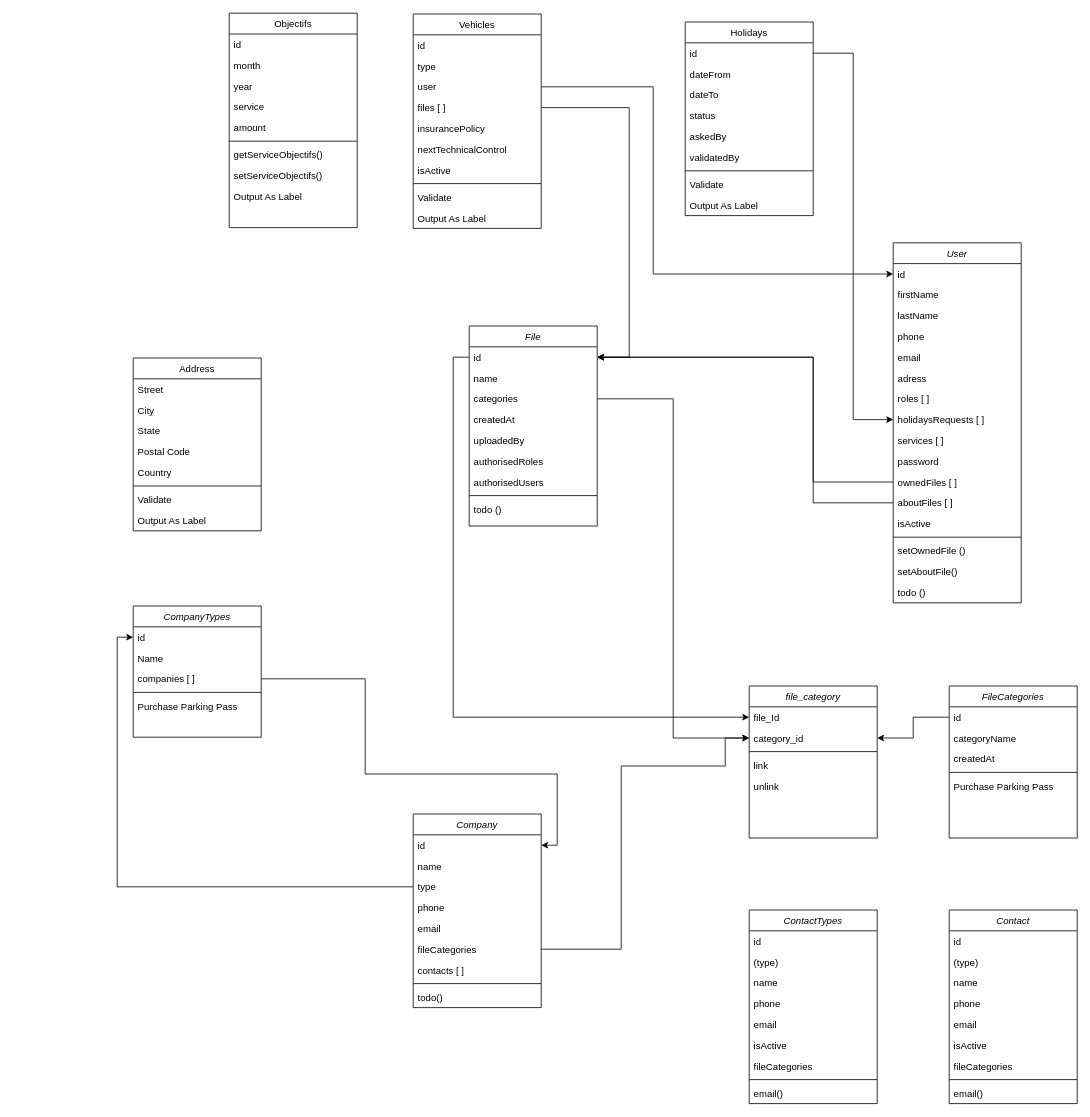
Above: assets/database_reference.drawio in ohugonnot/symfony-velzon-api (draw.io), before the change. Source tidied: cells renumbered, new cells numbered last; positions are measured from the earlier drawing's top-left corner, leaving out a move shared by most shapes. Both pictures are drawn from the tidied source at 80%, with x=0, y=0 at pixel (133, 13).
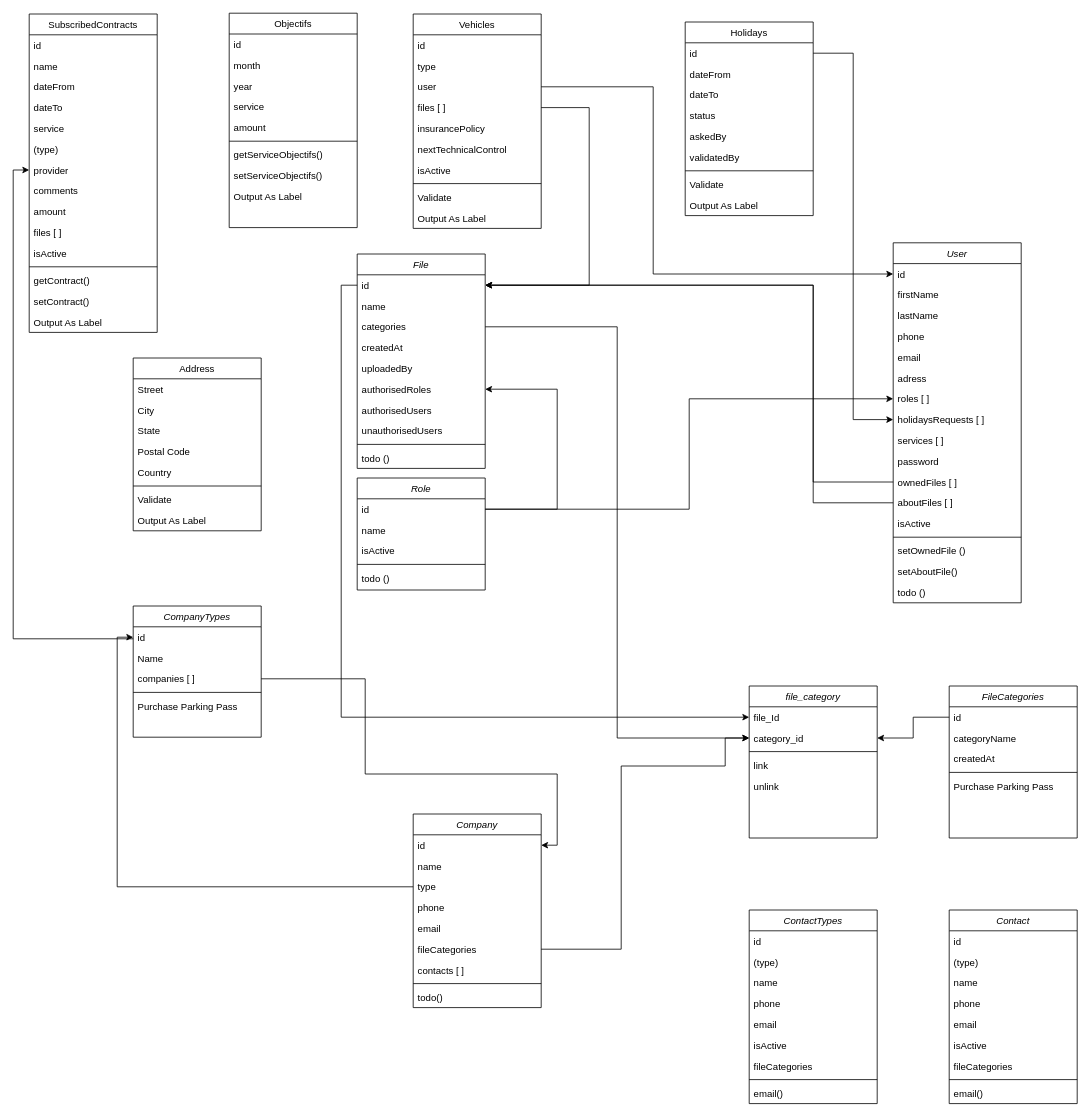
Above is the later version.

Commit message (it also covers changes not shown here):
Mettre à jour database_reference.drawio

The change refers to these unchanged cells:
```xml
<mxCell id="9" value="roles [ ]" style="text;align=left;verticalAlign=top;spacingLeft=4;spacingRight=4;overflow=hidden;points=[[0,0.5],[1,0.5]];portConstraint=eastwest;rounded=0;shadow=0;html=0;" parent="2" vertex="1">
  <mxGeometry y="182" width="160" height="26" as="geometry" />
</mxCell>
<mxCell id="13" value="ownedFiles [ ]" style="text;align=left;verticalAlign=top;spacingLeft=4;spacingRight=4;overflow=hidden;points=[[0,0.5],[1,0.5]];portConstraint=eastwest;rounded=0;shadow=0;html=0;" parent="2" vertex="1">
  <mxGeometry y="286" width="160" height="26" as="geometry" />
</mxCell>
<mxCell id="14" value="aboutFiles [ ]" style="text;align=left;verticalAlign=top;spacingLeft=4;spacingRight=4;overflow=hidden;points=[[0,0.5],[1,0.5]];portConstraint=eastwest;rounded=0;shadow=0;html=0;" parent="2" vertex="1">
  <mxGeometry y="312" width="160" height="26" as="geometry" />
</mxCell>
<mxCell id="49" value="CompanyTypes" style="swimlane;fontStyle=2;align=center;verticalAlign=top;horizontal=1;startSize=26;rounded=0;shadow=0;strokeWidth=1;" parent="1" vertex="1">
  <mxGeometry y="741" width="160" height="164" as="geometry" />
</mxCell>
<mxCell id="56" value="id" style="text;align=left;verticalAlign=top;spacingLeft=4;spacingRight=4;overflow=hidden;points=[[0,0.5],[1,0.5]];portConstraint=eastwest;" parent="55" vertex="1">
  <mxGeometry y="26" width="160" height="26" as="geometry" />
</mxCell>
<mxCell id="61" value="authorisedRoles" style="text;align=left;verticalAlign=top;spacingLeft=4;spacingRight=4;overflow=hidden;points=[[0,0.5],[1,0.5]];portConstraint=eastwest;rounded=0;shadow=0;html=0;" parent="55" vertex="1">
  <mxGeometry y="156" width="160" height="26" as="geometry" />
</mxCell>
<mxCell id="99" value="files [ ]" style="text;align=left;verticalAlign=top;spacingLeft=4;spacingRight=4;overflow=hidden;points=[[0,0.5],[1,0.5]];portConstraint=eastwest;rounded=0;shadow=0;html=0;" parent="95" vertex="1">
  <mxGeometry y="104" width="160" height="26" as="geometry" />
</mxCell>
```

What changed in the source:
```diff
@@
+    <mxCell id="129" style="edgeStyle=orthogonalEdgeStyle;rounded=0;jettySize=auto;html=1;exitX=0;exitY=0.25;exitDx=0;exitDy=0;entryX=0;entryY=0.5;entryDx=0;entryDy=0;" parent="1" edge="1" source="49" target="138">
+      <mxGeometry relative="1" as="geometry" />
+    </mxCell>
@@
     <mxCell id="55" value="File" style="swimlane;fontStyle=2;align=center;verticalAlign=top;horizontal=1;startSize=26;rounded=0;shadow=0;strokeWidth=1;" parent="1" vertex="1">
-      <mxGeometry x="420" y="391" width="160" height="250" as="geometry" />
+      <mxGeometry x="280" y="301" width="160" height="268" as="geometry" />
     </mxCell>
@@
+    <mxCell id="130" value="unauthorisedUsers" style="text;align=left;verticalAlign=top;spacingLeft=4;spacingRight=4;overflow=hidden;rounded=0;shadow=0;html=0;" parent="55" vertex="1">
+      <mxGeometry y="208" width="160" height="26" as="geometry" />
+    </mxCell>
     <mxCell id="63" style="line;html=1;strokeWidth=1;align=left;verticalAlign=middle;spacingTop=-1;spacingLeft=3;spacingRight=3;labelPosition=right;" parent="55" vertex="1">
-      <mxGeometry y="208" width="160" height="8" as="geometry" />
+      <mxGeometry y="234" width="160" height="8" as="geometry" />
     </mxCell>
     <mxCell id="64" value="todo ()" style="text;align=left;verticalAlign=top;spacingLeft=4;spacingRight=4;overflow=hidden;" parent="55" vertex="1">
-      <mxGeometry y="216" width="160" height="26" as="geometry" />
+      <mxGeometry y="242" width="160" height="26" as="geometry" />
     </mxCell>
@@
-    <mxCell id="77" style="edgeStyle=orthogonalEdgeStyle;rounded=0;jettySize=auto;html=1;" parent="1" edge="1" source="13" target="56">
+    <mxCell id="77" style="edgeStyle=orthogonalEdgeStyle;rounded=0;jettySize=auto;html=1;entryX=1;entryY=0.5;entryDx=0;entryDy=0;" parent="1" edge="1" source="13" target="56">
       <mxGeometry relative="1" as="geometry">
         <Array as="points">
           <mxPoint x="850" y="586" />
-          <mxPoint x="850" y="430" />
+          <mxPoint x="850" y="340" />
         </Array>
       </mxGeometry>
     </mxCell>
@@
     <mxCell id="106" style="edgeStyle=orthogonalEdgeStyle;rounded=0;jettySize=auto;html=1;entryX=1;entryY=0.5;entryDx=0;entryDy=0;" parent="1" edge="1" source="99" target="56">
       <mxGeometry relative="1" as="geometry">
         <Array as="points">
-          <mxPoint x="620" y="118" />
-          <mxPoint x="620" y="430" />
+          <mxPoint x="570" y="118" />
+          <mxPoint x="570" y="340" />
         </Array>
       </mxGeometry>
     </mxCell>
@@
     <mxCell id="108" style="edgeStyle=orthogonalEdgeStyle;rounded=0;jettySize=auto;html=1;entryX=1;entryY=0.5;entryDx=0;entryDy=0;" parent="1" edge="1" source="14" target="56">
       <mxGeometry relative="1" as="geometry">
         <Array as="points">
           <mxPoint x="850" y="612" />
-          <mxPoint x="850" y="430" />
+          <mxPoint x="850" y="340" />
         </Array>
       </mxGeometry>
     </mxCell>
@@
+    <mxCell id="131" value="SubscribedContracts" style="swimlane;fontStyle=0;align=center;verticalAlign=top;horizontal=1;startSize=26;rounded=0;shadow=0;strokeWidth=1;" parent="1" vertex="1">
+      <mxGeometry x="-130" y="1" width="160" height="398" as="geometry" />
+    </mxCell>
+    <mxCell id="132" value="id" style="text;align=left;verticalAlign=top;spacingLeft=4;spacingRight=4;overflow=hidden;" parent="131" vertex="1">
+      <mxGeometry y="26" width="160" height="26" as="geometry" />
+    </mxCell>
+    <mxCell id="133" value="name" style="text;align=left;verticalAlign=top;spacingLeft=4;spacingRight=4;overflow=hidden;rounded=0;shadow=0;html=0;" parent="131" vertex="1">
+      <mxGeometry y="52" width="160" height="26" as="geometry" />
+    </mxCell>
+    <mxCell id="134" value="dateFrom" style="text;align=left;verticalAlign=top;spacingLeft=4;spacingRight=4;overflow=hidden;rounded=0;shadow=0;html=0;" parent="131" vertex="1">
+      <mxGeometry y="78" width="160" height="26" as="geometry" />
+    </mxCell>
+    <mxCell id="135" value="dateTo" style="text;align=left;verticalAlign=top;spacingLeft=4;spacingRight=4;overflow=hidden;rounded=0;shadow=0;html=0;" parent="131" vertex="1">
+      <mxGeometry y="104" width="160" height="26" as="geometry" />
+    </mxCell>
+    <mxCell id="136" value="service" style="text;align=left;verticalAlign=top;spacingLeft=4;spacingRight=4;overflow=hidden;rounded=0;shadow=0;html=0;" parent="131" vertex="1">
+      <mxGeometry y="130" width="160" height="26" as="geometry" />
+    </mxCell>
+    <mxCell id="137" value="(type)" style="text;align=left;verticalAlign=top;spacingLeft=4;spacingRight=4;overflow=hidden;rounded=0;shadow=0;html=0;" parent="131" vertex="1">
+      <mxGeometry y="156" width="160" height="26" as="geometry" />
+    </mxCell>
+    <mxCell id="138" value="provider" style="text;align=left;verticalAlign=top;spacingLeft=4;spacingRight=4;overflow=hidden;points=[[0,0.5],[1,0.5]];portConstraint=eastwest;rounded=0;shadow=0;html=0;" parent="131" vertex="1">
+      <mxGeometry y="182" width="160" height="26" as="geometry" />
+    </mxCell>
+    <mxCell id="139" value="comments" style="text;align=left;verticalAlign=top;spacingLeft=4;spacingRight=4;overflow=hidden;rounded=0;shadow=0;html=0;" parent="131" vertex="1">
+      <mxGeometry y="208" width="160" height="26" as="geometry" />
+    </mxCell>
+    <mxCell id="140" value="amount" style="text;align=left;verticalAlign=top;spacingLeft=4;spacingRight=4;overflow=hidden;rounded=0;shadow=0;html=0;" parent="131" vertex="1">
+      <mxGeometry y="234" width="160" height="26" as="geometry" />
+    </mxCell>
+    <mxCell id="141" value="files [ ]" style="text;align=left;verticalAlign=top;spacingLeft=4;spacingRight=4;overflow=hidden;rounded=0;shadow=0;html=0;" parent="131" vertex="1">
+      <mxGeometry y="260" width="160" height="26" as="geometry" />
+    </mxCell>
+    <mxCell id="142" value="isActive" style="text;align=left;verticalAlign=top;spacingLeft=4;spacingRight=4;overflow=hidden;rounded=0;shadow=0;html=0;" parent="131" vertex="1">
+      <mxGeometry y="286" width="160" height="26" as="geometry" />
+    </mxCell>
+    <mxCell id="143" style="line;html=1;strokeWidth=1;align=left;verticalAlign=middle;spacingTop=-1;spacingLeft=3;spacingRight=3;labelPosition=right;" parent="131" vertex="1">
+      <mxGeometry y="312" width="160" height="8" as="geometry" />
+    </mxCell>
+    <mxCell id="144" value="getContract()" style="text;align=left;verticalAlign=top;spacingLeft=4;spacingRight=4;overflow=hidden;" parent="131" vertex="1">
+      <mxGeometry y="320" width="160" height="26" as="geometry" />
+    </mxCell>
+    <mxCell id="145" value="setContract()" style="text;align=left;verticalAlign=top;spacingLeft=4;spacingRight=4;overflow=hidden;" parent="131" vertex="1">
+      <mxGeometry y="346" width="160" height="26" as="geometry" />
+    </mxCell>
+    <mxCell id="146" value="Output As Label" style="text;align=left;verticalAlign=top;spacingLeft=4;spacingRight=4;overflow=hidden;" parent="131" vertex="1">
+      <mxGeometry y="372" width="160" height="26" as="geometry" />
+    </mxCell>
+    <mxCell id="147" value="Role" style="swimlane;fontStyle=2;align=center;verticalAlign=top;horizontal=1;startSize=26;rounded=0;shadow=0;strokeWidth=1;" parent="1" vertex="1">
+      <mxGeometry x="280" y="581" width="160" height="140" as="geometry" />
+    </mxCell>
+    <mxCell id="148" value="id" style="text;align=left;verticalAlign=top;spacingLeft=4;spacingRight=4;overflow=hidden;points=[[0,0.5],[1,0.5]];portConstraint=eastwest;" parent="147" vertex="1">
+      <mxGeometry y="26" width="160" height="26" as="geometry" />
+    </mxCell>
+    <mxCell id="149" value="name" style="text;align=left;verticalAlign=top;spacingLeft=4;spacingRight=4;overflow=hidden;" parent="147" vertex="1">
+      <mxGeometry y="52" width="160" height="26" as="geometry" />
+    </mxCell>
+    <mxCell id="150" value="isActive" style="text;align=left;verticalAlign=top;spacingLeft=4;spacingRight=4;overflow=hidden;rounded=0;shadow=0;html=0;" parent="147" vertex="1">
+      <mxGeometry y="78" width="160" height="26" as="geometry" />
+    </mxCell>
+    <mxCell id="151" style="line;html=1;strokeWidth=1;align=left;verticalAlign=middle;spacingTop=-1;spacingLeft=3;spacingRight=3;labelPosition=right;" parent="147" vertex="1">
+      <mxGeometry y="104" width="160" height="8" as="geometry" />
+    </mxCell>
+    <mxCell id="152" value="todo ()" style="text;align=left;verticalAlign=top;spacingLeft=4;spacingRight=4;overflow=hidden;" parent="147" vertex="1">
+      <mxGeometry y="112" width="160" height="26" as="geometry" />
+    </mxCell>
+    <mxCell id="153" style="edgeStyle=orthogonalEdgeStyle;rounded=0;jettySize=auto;html=1;exitX=1;exitY=0.5;exitDx=0;exitDy=0;entryX=1;entryY=0.5;entryDx=0;entryDy=0;" parent="1" edge="1" source="148" target="61">
+      <mxGeometry relative="1" as="geometry">
+        <Array as="points">
+          <mxPoint x="530" y="620" />
+          <mxPoint x="530" y="470" />
+        </Array>
+      </mxGeometry>
+    </mxCell>
+    <mxCell id="154" style="edgeStyle=orthogonalEdgeStyle;rounded=0;jettySize=auto;html=1;entryX=0;entryY=0.5;entryDx=0;entryDy=0;" parent="1" edge="1" source="148" target="9">
+      <mxGeometry relative="1" as="geometry" />
+    </mxCell>
```
